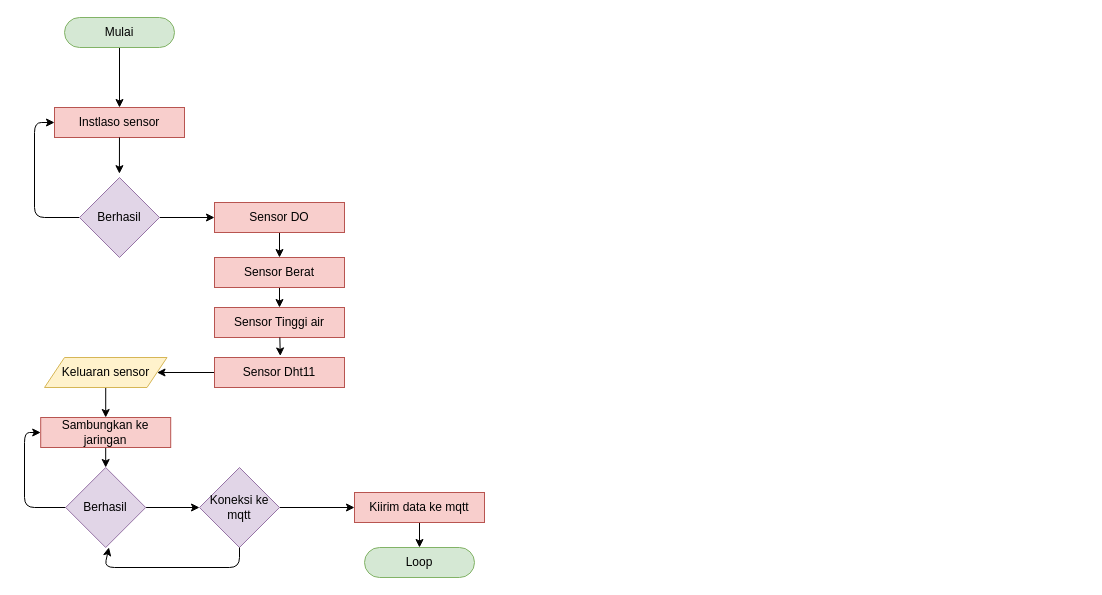
Nugraa21/iot_kolam_ikan keeps this draw.io diagram as diagram.drawio. Above is the earlier version. Source tidied: cells renumbered, new cells numbered last; positions are measured from the earlier drawing's top-left corner, leaving out a move shared by most shapes. Both pictures are drawn from the tidied source at 100%, with x=0, y=0 at pixel (24, 17).
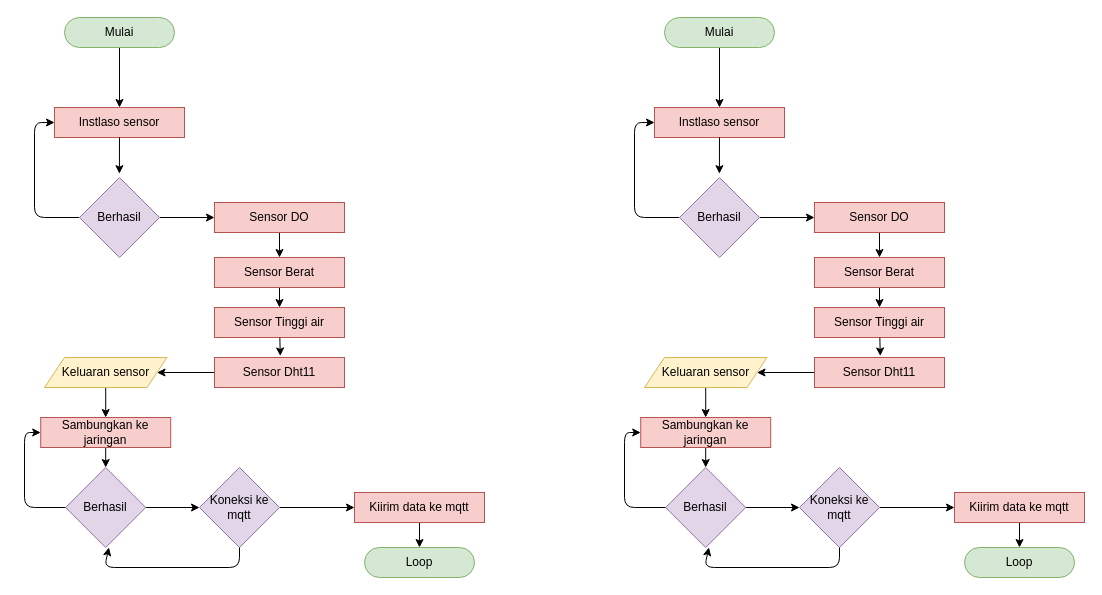
The same diagram, later.

The edit, as a diff of the source:
```diff
@@
+    <mxCell id="30" style="edgeStyle=none;html=1;entryX=0.5;entryY=0;entryDx=0;entryDy=0;" parent="1" edge="1" source="31" target="32">
+      <mxGeometry relative="1" as="geometry" />
+    </mxCell>
+    <mxCell id="31" value="&amp;nbsp;Mulai&amp;nbsp;" style="rounded=1;whiteSpace=wrap;html=1;arcSize=50;fillColor=#d5e8d4;strokeColor=#82b366;" parent="1" vertex="1">
+      <mxGeometry x="640" width="110" height="30" as="geometry" />
+    </mxCell>
+    <mxCell id="32" value="Instlaso sensor" style="rounded=0;whiteSpace=wrap;html=1;fillColor=#f8cecc;strokeColor=#b85450;" parent="1" vertex="1">
+      <mxGeometry x="630" y="90" width="130" height="30" as="geometry" />
+    </mxCell>
+    <mxCell id="33" style="edgeStyle=none;html=1;entryX=0.5;entryY=0;entryDx=0;entryDy=0;" parent="1" edge="1" source="34" target="48">
+      <mxGeometry relative="1" as="geometry" />
+    </mxCell>
+    <mxCell id="34" value="Keluaran sensor" style="shape=parallelogram;perimeter=parallelogramPerimeter;whiteSpace=wrap;html=1;fixedSize=1;fillColor=#fff2cc;strokeColor=#d6b656;" parent="1" vertex="1">
+      <mxGeometry x="620" y="340" width="122.5" height="30" as="geometry" />
+    </mxCell>
+    <mxCell id="35" style="edgeStyle=none;html=1;" parent="1" edge="1" source="37" target="40">
+      <mxGeometry relative="1" as="geometry" />
+    </mxCell>
+    <mxCell id="36" style="edgeStyle=none;html=1;entryX=0;entryY=0.5;entryDx=0;entryDy=0;" parent="1" edge="1" source="37" target="32">
+      <mxGeometry relative="1" as="geometry">
+        <Array as="points">
+          <mxPoint x="610" y="200" />
+          <mxPoint x="610" y="105" />
+        </Array>
+      </mxGeometry>
+    </mxCell>
+    <mxCell id="37" value="Berhasil" style="rhombus;whiteSpace=wrap;html=1;fillColor=#e1d5e7;strokeColor=#9673a6;" parent="1" vertex="1">
+      <mxGeometry x="655" y="160" width="80" height="80" as="geometry" />
+    </mxCell>
+    <mxCell id="38" style="edgeStyle=none;html=1;entryX=0.499;entryY=-0.048;entryDx=0;entryDy=0;entryPerimeter=0;" parent="1" edge="1" source="32" target="37">
+      <mxGeometry relative="1" as="geometry" />
+    </mxCell>
+    <mxCell id="39" style="edgeStyle=none;html=1;entryX=0.5;entryY=0;entryDx=0;entryDy=0;" parent="1" edge="1" source="40" target="42">
+      <mxGeometry relative="1" as="geometry" />
+    </mxCell>
+    <mxCell id="40" value="Sensor DO" style="rounded=0;whiteSpace=wrap;html=1;fillColor=#f8cecc;strokeColor=#b85450;" parent="1" vertex="1">
+      <mxGeometry x="790" y="185" width="130" height="30" as="geometry" />
+    </mxCell>
+    <mxCell id="41" style="edgeStyle=none;html=1;entryX=0.5;entryY=0;entryDx=0;entryDy=0;" parent="1" edge="1" source="42" target="43">
+      <mxGeometry relative="1" as="geometry" />
+    </mxCell>
+    <mxCell id="42" value="Sensor Berat" style="rounded=0;whiteSpace=wrap;html=1;fillColor=#f8cecc;strokeColor=#b85450;" parent="1" vertex="1">
+      <mxGeometry x="790" y="240" width="130" height="30" as="geometry" />
+    </mxCell>
+    <mxCell id="43" value="Sensor Tinggi air" style="rounded=0;whiteSpace=wrap;html=1;fillColor=#f8cecc;strokeColor=#b85450;" parent="1" vertex="1">
+      <mxGeometry x="790" y="290" width="130" height="30" as="geometry" />
+    </mxCell>
+    <mxCell id="44" style="edgeStyle=none;html=1;" parent="1" edge="1" source="45" target="34">
+      <mxGeometry relative="1" as="geometry" />
+    </mxCell>
+    <mxCell id="45" value="Sensor Dht11" style="rounded=0;whiteSpace=wrap;html=1;fillColor=#f8cecc;strokeColor=#b85450;" parent="1" vertex="1">
+      <mxGeometry x="790" y="340" width="130" height="30" as="geometry" />
+    </mxCell>
+    <mxCell id="46" style="edgeStyle=none;html=1;entryX=0.506;entryY=-0.052;entryDx=0;entryDy=0;entryPerimeter=0;" parent="1" edge="1" source="43" target="45">
+      <mxGeometry relative="1" as="geometry" />
+    </mxCell>
+    <mxCell id="47" style="edgeStyle=none;html=1;" parent="1" edge="1" source="48" target="51">
+      <mxGeometry relative="1" as="geometry" />
+    </mxCell>
+    <mxCell id="48" value="Sambungkan ke jaringan" style="rounded=0;whiteSpace=wrap;html=1;fillColor=#f8cecc;strokeColor=#b85450;" parent="1" vertex="1">
+      <mxGeometry x="616.2" y="400" width="130" height="30" as="geometry" />
+    </mxCell>
+    <mxCell id="49" style="edgeStyle=none;html=1;entryX=0;entryY=0.5;entryDx=0;entryDy=0;" parent="1" edge="1" source="51" target="53">
+      <mxGeometry relative="1" as="geometry" />
+    </mxCell>
+    <mxCell id="50" style="edgeStyle=none;html=1;entryX=0;entryY=0.5;entryDx=0;entryDy=0;" parent="1" edge="1" source="51" target="48">
+      <mxGeometry relative="1" as="geometry">
+        <Array as="points">
+          <mxPoint x="600" y="490" />
+          <mxPoint x="600" y="415" />
+        </Array>
+      </mxGeometry>
+    </mxCell>
+    <mxCell id="51" value="Berhasil" style="rhombus;whiteSpace=wrap;html=1;fillColor=#e1d5e7;strokeColor=#9673a6;" parent="1" vertex="1">
+      <mxGeometry x="641.2" y="450" width="80" height="80" as="geometry" />
+    </mxCell>
+    <mxCell id="52" style="edgeStyle=none;html=1;" parent="1" edge="1" source="53" target="56">
+      <mxGeometry relative="1" as="geometry" />
+    </mxCell>
+    <mxCell id="53" value="Koneksi ke mqtt" style="rhombus;whiteSpace=wrap;html=1;fillColor=#e1d5e7;strokeColor=#9673a6;" parent="1" vertex="1">
+      <mxGeometry x="775" y="450" width="80" height="80" as="geometry" />
+    </mxCell>
+    <mxCell id="54" style="edgeStyle=none;html=1;entryX=0.54;entryY=0.999;entryDx=0;entryDy=0;entryPerimeter=0;" parent="1" edge="1" source="53" target="51">
+      <mxGeometry relative="1" as="geometry">
+        <Array as="points">
+          <mxPoint x="815" y="550" />
+          <mxPoint x="680" y="550" />
+        </Array>
+      </mxGeometry>
+    </mxCell>
+    <mxCell id="55" style="edgeStyle=none;html=1;" parent="1" edge="1" source="56" target="57">
+      <mxGeometry relative="1" as="geometry" />
+    </mxCell>
+    <mxCell id="56" value="Kiirim data ke mqtt" style="rounded=0;whiteSpace=wrap;html=1;fillColor=#f8cecc;strokeColor=#b85450;" parent="1" vertex="1">
+      <mxGeometry x="930" y="475" width="130" height="30" as="geometry" />
+    </mxCell>
+    <mxCell id="57" value="Loop" style="rounded=1;whiteSpace=wrap;html=1;arcSize=50;fillColor=#d5e8d4;strokeColor=#82b366;" parent="1" vertex="1">
+      <mxGeometry x="940" y="530" width="110" height="30" as="geometry" />
+    </mxCell>
```
